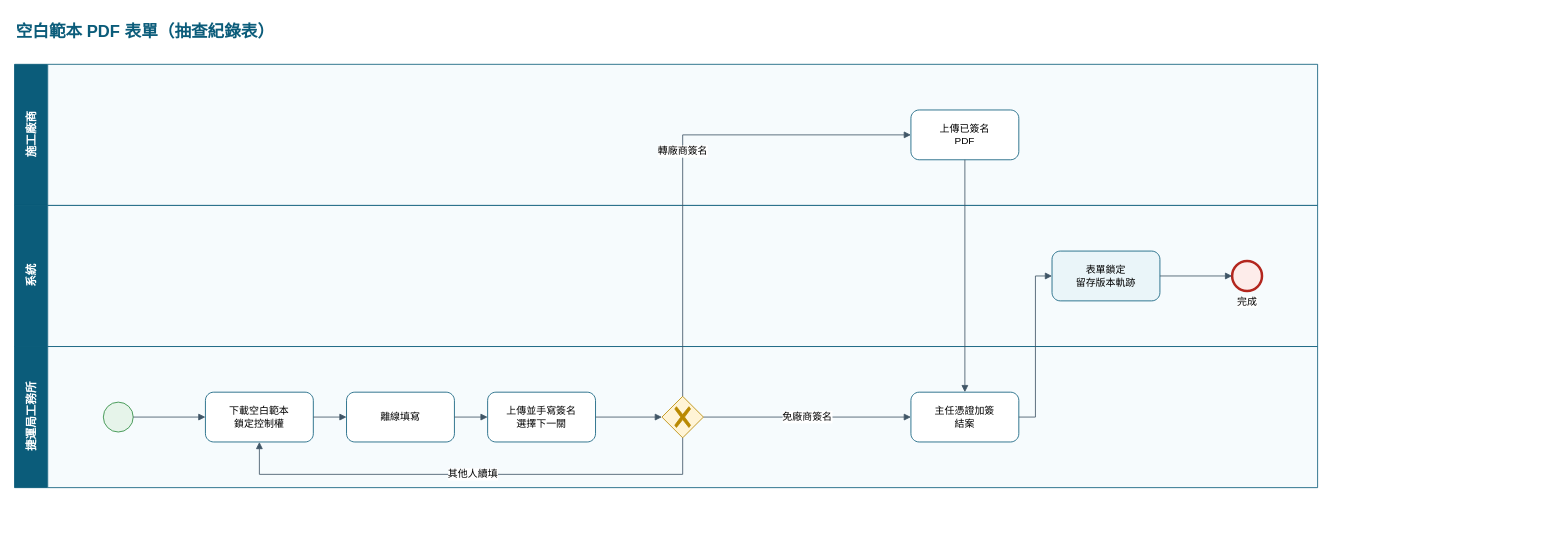
brianchou7310/MRT-Construction-QMS keeps this draw.io diagram as page "空白範本 PDF 表單（抽查紀錄表）" (7 of 8) of 捷運施工查驗系統_缺失與停留點流程_BPMN.drawio. Above is the earlier version. Source tidied: cells renumbered, new cells numbered last; positions are measured from the earlier drawing's top-left corner, leaving out a move shared by most shapes. Both pictures are drawn from the tidied source at 83%, with x=0, y=0 at pixel (14, 14).
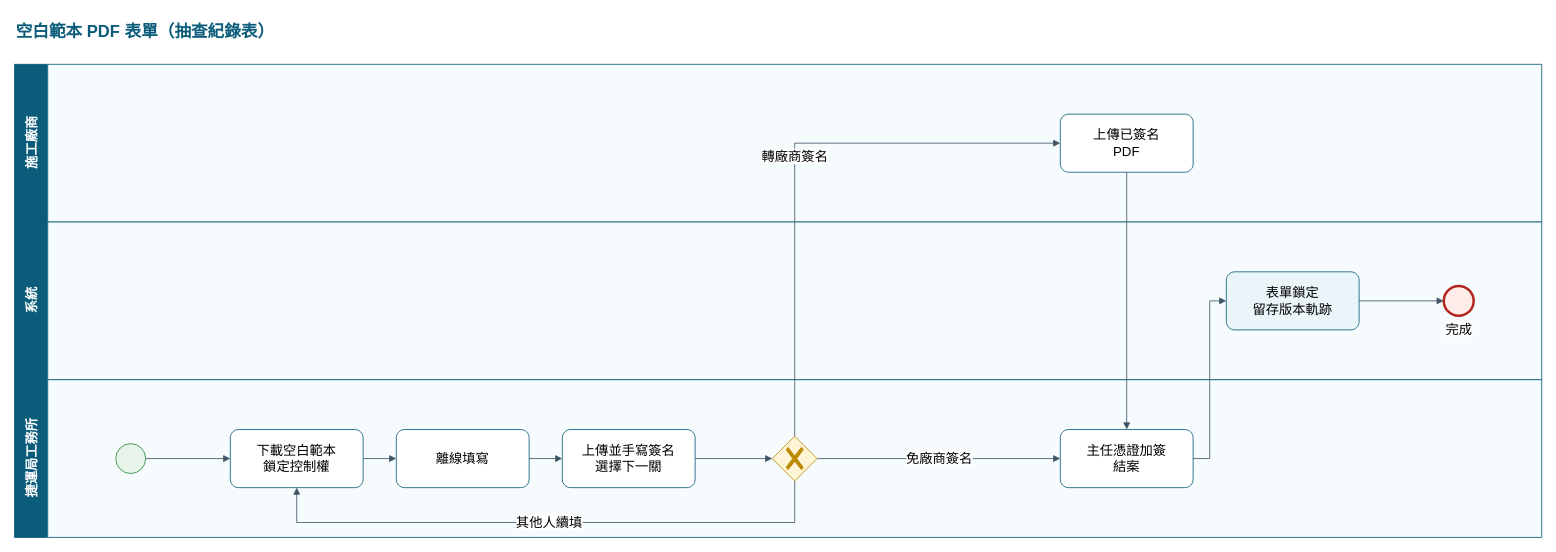
Above is the later version.

Change to the diagram source:
```diff
@@
-    <mxCell id="3" value="施工廠商" style="swimlane;html=1;startSize=40;horizontal=0;fontSize=14;fontStyle=1;fillColor=#0B5C7A;fontColor=#ffffff;strokeColor=#0B5C7A;swimlaneFillColor=#F6FBFD;" parent="1" vertex="1">
-      <mxGeometry y="60" width="1570" height="170" as="geometry" />
+    <mxCell id="3" value="施工廠商" style="swimlane;html=1;startSize=40;horizontal=0;fontSize=16;fontStyle=1;fillColor=#0B5C7A;fontColor=#ffffff;strokeColor=#0B5C7A;swimlaneFillColor=#F6FBFD;" parent="1" vertex="1">
+      <mxGeometry y="60" width="1840" height="190" as="geometry" />
     </mxCell>
-    <mxCell id="4" value="系統" style="swimlane;html=1;startSize=40;horizontal=0;fontSize=14;fontStyle=1;fillColor=#0B5C7A;fontColor=#ffffff;strokeColor=#0B5C7A;swimlaneFillColor=#F6FBFD;" parent="1" vertex="1">
-      <mxGeometry y="230" width="1570" height="170" as="geometry" />
+    <mxCell id="4" value="系統" style="swimlane;html=1;startSize=40;horizontal=0;fontSize=16;fontStyle=1;fillColor=#0B5C7A;fontColor=#ffffff;strokeColor=#0B5C7A;swimlaneFillColor=#F6FBFD;" parent="1" vertex="1">
+      <mxGeometry y="250" width="1840" height="190" as="geometry" />
     </mxCell>
-    <mxCell id="5" value="捷運局工務所" style="swimlane;html=1;startSize=40;horizontal=0;fontSize=14;fontStyle=1;fillColor=#0B5C7A;fontColor=#ffffff;strokeColor=#0B5C7A;swimlaneFillColor=#F6FBFD;" parent="1" vertex="1">
-      <mxGeometry y="400" width="1570" height="170" as="geometry" />
+    <mxCell id="5" value="捷運局工務所" style="swimlane;html=1;startSize=40;horizontal=0;fontSize=16;fontStyle=1;fillColor=#0B5C7A;fontColor=#ffffff;strokeColor=#0B5C7A;swimlaneFillColor=#F6FBFD;" parent="1" vertex="1">
+      <mxGeometry y="440" width="1840" height="190" as="geometry" />
     </mxCell>
-    <mxCell id="6" style="points=[[0.145,0.145,0],[0.5,0,0],[0.855,0.145,0],[1,0.5,0],[0.855,0.855,0],[0.5,1,0],[0.145,0.855,0],[0,0.5,0]];shape=mxgraph.bpmn.event;html=1;verticalLabelPosition=bottom;labelBackgroundColor=#ffffff;verticalAlign=top;align=center;perimeter=ellipsePerimeter;outlineConnect=0;outline=standard;symbol=general;fillColor=#E6F4EA;strokeColor=#2B8A3E;" parent="5" vertex="1">
-      <mxGeometry x="107" y="67" width="36" height="36" as="geometry" />
+    <mxCell id="6" style="points=[[0.145,0.145,0],[0.5,0,0],[0.855,0.145,0],[1,0.5,0],[0.855,0.855,0],[0.5,1,0],[0.145,0.855,0],[0,0.5,0]];shape=mxgraph.bpmn.event;html=1;verticalLabelPosition=bottom;labelBackgroundColor=#ffffff;verticalAlign=top;align=center;perimeter=ellipsePerimeter;outlineConnect=0;outline=standard;symbol=general;fillColor=#E6F4EA;strokeColor=#2B8A3E;fontSize=16;" parent="5" vertex="1">
+      <mxGeometry x="122" y="77" width="36" height="36" as="geometry" />
     </mxCell>
-    <mxCell id="7" value="下載空白範本&lt;br&gt;鎖定控制權" style="points=[[0.25,0,0],[0.5,0,0],[0.75,0,0],[1,0.25,0],[1,0.5,0],[1,0.75,0],[0.75,1,0],[0.5,1,0],[0.25,1,0],[0,0.75,0],[0,0.5,0],[0,0.25,0]];shape=mxgraph.bpmn.task;whiteSpace=wrap;rectStyle=rounded;size=10;html=1;taskMarker=abstract;fontSize=12;fillColor=#FFFFFF;strokeColor=#0B5C7A;" parent="5" vertex="1">
-      <mxGeometry x="230" y="55" width="130" height="60" as="geometry" />
+    <mxCell id="7" value="下載空白範本&lt;br&gt;鎖定控制權" style="points=[[0.25,0,0],[0.5,0,0],[0.75,0,0],[1,0.25,0],[1,0.5,0],[1,0.75,0],[0.75,1,0],[0.5,1,0],[0.25,1,0],[0,0.75,0],[0,0.5,0],[0,0.25,0]];shape=mxgraph.bpmn.task;whiteSpace=wrap;rectStyle=rounded;size=10;html=1;taskMarker=abstract;fontSize=16;fillColor=#FFFFFF;strokeColor=#0B5C7A;" parent="5" vertex="1">
+      <mxGeometry x="260" y="60" width="160" height="70" as="geometry" />
     </mxCell>
-    <mxCell id="8" value="離線填寫" style="points=[[0.25,0,0],[0.5,0,0],[0.75,0,0],[1,0.25,0],[1,0.5,0],[1,0.75,0],[0.75,1,0],[0.5,1,0],[0.25,1,0],[0,0.75,0],[0,0.5,0],[0,0.25,0]];shape=mxgraph.bpmn.task;whiteSpace=wrap;rectStyle=rounded;size=10;html=1;taskMarker=abstract;fontSize=12;fillColor=#FFFFFF;strokeColor=#0B5C7A;" parent="5" vertex="1">
-      <mxGeometry x="400" y="55" width="130" height="60" as="geometry" />
+    <mxCell id="8" value="離線填寫" style="points=[[0.25,0,0],[0.5,0,0],[0.75,0,0],[1,0.25,0],[1,0.5,0],[1,0.75,0],[0.75,1,0],[0.5,1,0],[0.25,1,0],[0,0.75,0],[0,0.5,0],[0,0.25,0]];shape=mxgraph.bpmn.task;whiteSpace=wrap;rectStyle=rounded;size=10;html=1;taskMarker=abstract;fontSize=16;fillColor=#FFFFFF;strokeColor=#0B5C7A;" parent="5" vertex="1">
+      <mxGeometry x="460" y="60" width="160" height="70" as="geometry" />
     </mxCell>
-    <mxCell id="9" value="上傳並手寫簽名&lt;br&gt;選擇下一關" style="points=[[0.25,0,0],[0.5,0,0],[0.75,0,0],[1,0.25,0],[1,0.5,0],[1,0.75,0],[0.75,1,0],[0.5,1,0],[0.25,1,0],[0,0.75,0],[0,0.5,0],[0,0.25,0]];shape=mxgraph.bpmn.task;whiteSpace=wrap;rectStyle=rounded;size=10;html=1;taskMarker=abstract;fontSize=12;fillColor=#FFFFFF;strokeColor=#0B5C7A;" parent="5" vertex="1">
-      <mxGeometry x="570" y="55" width="130" height="60" as="geometry" />
+    <mxCell id="9" value="上傳並手寫簽名&lt;br&gt;選擇下一關" style="points=[[0.25,0,0],[0.5,0,0],[0.75,0,0],[1,0.25,0],[1,0.5,0],[1,0.75,0],[0.75,1,0],[0.5,1,0],[0.25,1,0],[0,0.75,0],[0,0.5,0],[0,0.25,0]];shape=mxgraph.bpmn.task;whiteSpace=wrap;rectStyle=rounded;size=10;html=1;taskMarker=abstract;fontSize=16;fillColor=#FFFFFF;strokeColor=#0B5C7A;" parent="5" vertex="1">
+      <mxGeometry x="660" y="60" width="160" height="70" as="geometry" />
     </mxCell>
-    <mxCell id="10" style="points=[[0.25,0.25,0],[0.5,0,0],[0.75,0.25,0],[1,0.5,0],[0.75,0.75,0],[0.5,1,0],[0.25,0.75,0],[0,0.5,0]];shape=mxgraph.bpmn.gateway2;html=1;verticalLabelPosition=top;labelBackgroundColor=#ffffff;verticalAlign=bottom;align=center;perimeter=rhombusPerimeter;outlineConnect=0;outline=none;symbol=none;gwType=exclusive;fillColor=#FFF4D6;strokeColor=#B98900;fontSize=12;" parent="5" vertex="1">
-      <mxGeometry x="780" y="60" width="50" height="50" as="geometry" />
+    <mxCell id="10" style="points=[[0.25,0.25,0],[0.5,0,0],[0.75,0.25,0],[1,0.5,0],[0.75,0.75,0],[0.5,1,0],[0.25,0.75,0],[0,0.5,0]];shape=mxgraph.bpmn.gateway2;html=1;verticalLabelPosition=top;labelBackgroundColor=#ffffff;verticalAlign=bottom;align=center;perimeter=rhombusPerimeter;outlineConnect=0;outline=none;symbol=none;gwType=exclusive;fillColor=#FFF4D6;strokeColor=#B98900;fontSize=16;" parent="5" vertex="1">
+      <mxGeometry x="913" y="68" width="54" height="54" as="geometry" />
     </mxCell>
-    <mxCell id="11" value="上傳已簽名&lt;br&gt;PDF" style="points=[[0.25,0,0],[0.5,0,0],[0.75,0,0],[1,0.25,0],[1,0.5,0],[1,0.75,0],[0.75,1,0],[0.5,1,0],[0.25,1,0],[0,0.75,0],[0,0.5,0],[0,0.25,0]];shape=mxgraph.bpmn.task;whiteSpace=wrap;rectStyle=rounded;size=10;html=1;taskMarker=abstract;fontSize=12;fillColor=#FFFFFF;strokeColor=#0B5C7A;" parent="3" vertex="1">
-      <mxGeometry x="1080" y="55" width="130" height="60" as="geometry" />
+    <mxCell id="11" value="上傳已簽名&lt;br&gt;PDF" style="points=[[0.25,0,0],[0.5,0,0],[0.75,0,0],[1,0.25,0],[1,0.5,0],[1,0.75,0],[0.75,1,0],[0.5,1,0],[0.25,1,0],[0,0.75,0],[0,0.5,0],[0,0.25,0]];shape=mxgraph.bpmn.task;whiteSpace=wrap;rectStyle=rounded;size=10;html=1;taskMarker=abstract;fontSize=16;fillColor=#FFFFFF;strokeColor=#0B5C7A;" parent="3" vertex="1">
+      <mxGeometry x="1260" y="60" width="160" height="70" as="geometry" />
     </mxCell>
-    <mxCell id="12" value="主任憑證加簽&lt;br&gt;結案" style="points=[[0.25,0,0],[0.5,0,0],[0.75,0,0],[1,0.25,0],[1,0.5,0],[1,0.75,0],[0.75,1,0],[0.5,1,0],[0.25,1,0],[0,0.75,0],[0,0.5,0],[0,0.25,0]];shape=mxgraph.bpmn.task;whiteSpace=wrap;rectStyle=rounded;size=10;html=1;taskMarker=abstract;fontSize=12;fillColor=#FFFFFF;strokeColor=#0B5C7A;" parent="5" vertex="1">
-      <mxGeometry x="1080" y="55" width="130" height="60" as="geometry" />
+    <mxCell id="12" value="主任憑證加簽&lt;br&gt;結案" style="points=[[0.25,0,0],[0.5,0,0],[0.75,0,0],[1,0.25,0],[1,0.5,0],[1,0.75,0],[0.75,1,0],[0.5,1,0],[0.25,1,0],[0,0.75,0],[0,0.5,0],[0,0.25,0]];shape=mxgraph.bpmn.task;whiteSpace=wrap;rectStyle=rounded;size=10;html=1;taskMarker=abstract;fontSize=16;fillColor=#FFFFFF;strokeColor=#0B5C7A;" parent="5" vertex="1">
+      <mxGeometry x="1260" y="60" width="160" height="70" as="geometry" />
     </mxCell>
-    <mxCell id="13" value="表單鎖定&lt;br&gt;留存版本軌跡" style="points=[[0.25,0,0],[0.5,0,0],[0.75,0,0],[1,0.25,0],[1,0.5,0],[1,0.75,0],[0.75,1,0],[0.5,1,0],[0.25,1,0],[0,0.75,0],[0,0.5,0],[0,0.25,0]];shape=mxgraph.bpmn.task;whiteSpace=wrap;rectStyle=rounded;size=10;html=1;taskMarker=abstract;fontSize=12;fillColor=#EAF5F9;strokeColor=#0B5C7A;" parent="4" vertex="1">
-      <mxGeometry x="1250" y="55" width="130" height="60" as="geometry" />
+    <mxCell id="13" value="表單鎖定&lt;br&gt;留存版本軌跡" style="points=[[0.25,0,0],[0.5,0,0],[0.75,0,0],[1,0.25,0],[1,0.5,0],[1,0.75,0],[0.75,1,0],[0.5,1,0],[0.25,1,0],[0,0.75,0],[0,0.5,0],[0,0.25,0]];shape=mxgraph.bpmn.task;whiteSpace=wrap;rectStyle=rounded;size=10;html=1;taskMarker=abstract;fontSize=16;fillColor=#EAF5F9;strokeColor=#0B5C7A;" parent="4" vertex="1">
+      <mxGeometry x="1460" y="60" width="160" height="70" as="geometry" />
     </mxCell>
-    <mxCell id="14" value="完成" style="points=[[0.145,0.145,0],[0.5,0,0],[0.855,0.145,0],[1,0.5,0],[0.855,0.855,0],[0.5,1,0],[0.145,0.855,0],[0,0.5,0]];shape=mxgraph.bpmn.event;html=1;verticalLabelPosition=bottom;labelBackgroundColor=#ffffff;verticalAlign=top;align=center;perimeter=ellipsePerimeter;outlineConnect=0;outline=end;symbol=terminate2;fillColor=#FDECEA;strokeColor=#B3261E;fontSize=12;" parent="4" vertex="1">
-      <mxGeometry x="1467" y="67" width="36" height="36" as="geometry" />
+    <mxCell id="14" value="完成" style="points=[[0.145,0.145,0],[0.5,0,0],[0.855,0.145,0],[1,0.5,0],[0.855,0.855,0],[0.5,1,0],[0.145,0.855,0],[0,0.5,0]];shape=mxgraph.bpmn.event;html=1;verticalLabelPosition=bottom;labelBackgroundColor=#ffffff;verticalAlign=top;align=center;perimeter=ellipsePerimeter;outlineConnect=0;outline=end;symbol=terminate2;fillColor=#FDECEA;strokeColor=#B3261E;fontSize=16;" parent="4" vertex="1">
+      <mxGeometry x="1722" y="77" width="36" height="36" as="geometry" />
     </mxCell>
-    <mxCell id="15" style="edgeStyle=orthogonalEdgeStyle;rounded=0;html=1;endArrow=block;endFill=1;strokeColor=#3F5566;fontSize=12;labelBackgroundColor=#ffffff;exitX=1;exitY=0.5;exitDx=0;exitDy=0;entryX=0;entryY=0.5;entryDx=0;entryDy=0;" parent="1" edge="1" source="6" target="7">
+    <mxCell id="15" style="edgeStyle=orthogonalEdgeStyle;rounded=0;html=1;endArrow=block;endFill=1;strokeColor=#3F5566;fontSize=16;labelBackgroundColor=#ffffff;exitX=1;exitY=0.5;exitDx=0;exitDy=0;entryX=0;entryY=0.5;entryDx=0;entryDy=0;" parent="1" edge="1" source="6" target="7">
       <mxGeometry relative="1" as="geometry" />
     </mxCell>
-    <mxCell id="16" style="edgeStyle=orthogonalEdgeStyle;rounded=0;html=1;endArrow=block;endFill=1;strokeColor=#3F5566;fontSize=12;labelBackgroundColor=#ffffff;exitX=1;exitY=0.5;exitDx=0;exitDy=0;entryX=0;entryY=0.5;entryDx=0;entryDy=0;" parent="1" edge="1" source="7" target="8">
+    <mxCell id="16" style="edgeStyle=orthogonalEdgeStyle;rounded=0;html=1;endArrow=block;endFill=1;strokeColor=#3F5566;fontSize=16;labelBackgroundColor=#ffffff;exitX=1;exitY=0.5;exitDx=0;exitDy=0;entryX=0;entryY=0.5;entryDx=0;entryDy=0;" parent="1" edge="1" source="7" target="8">
       <mxGeometry relative="1" as="geometry" />
     </mxCell>
-    <mxCell id="17" style="edgeStyle=orthogonalEdgeStyle;rounded=0;html=1;endArrow=block;endFill=1;strokeColor=#3F5566;fontSize=12;labelBackgroundColor=#ffffff;exitX=1;exitY=0.5;exitDx=0;exitDy=0;entryX=0;entryY=0.5;entryDx=0;entryDy=0;" parent="1" edge="1" source="8" target="9">
+    <mxCell id="17" style="edgeStyle=orthogonalEdgeStyle;rounded=0;html=1;endArrow=block;endFill=1;strokeColor=#3F5566;fontSize=16;labelBackgroundColor=#ffffff;exitX=1;exitY=0.5;exitDx=0;exitDy=0;entryX=0;entryY=0.5;entryDx=0;entryDy=0;" parent="1" edge="1" source="8" target="9">
       <mxGeometry relative="1" as="geometry" />
     </mxCell>
-    <mxCell id="18" style="edgeStyle=orthogonalEdgeStyle;rounded=0;html=1;endArrow=block;endFill=1;strokeColor=#3F5566;fontSize=12;labelBackgroundColor=#ffffff;exitX=1;exitY=0.5;exitDx=0;exitDy=0;entryX=0;entryY=0.5;entryDx=0;entryDy=0;" parent="1" edge="1" source="9" target="10">
+    <mxCell id="18" style="edgeStyle=orthogonalEdgeStyle;rounded=0;html=1;endArrow=block;endFill=1;strokeColor=#3F5566;fontSize=16;labelBackgroundColor=#ffffff;exitX=1;exitY=0.5;exitDx=0;exitDy=0;entryX=0;entryY=0.5;entryDx=0;entryDy=0;" parent="1" edge="1" source="9" target="10">
       <mxGeometry relative="1" as="geometry" />
     </mxCell>
-    <mxCell id="19" value="轉廠商簽名" style="edgeStyle=orthogonalEdgeStyle;rounded=0;html=1;endArrow=block;endFill=1;strokeColor=#3F5566;fontSize=12;labelBackgroundColor=#ffffff;exitX=0.5;exitY=0;exitDx=0;exitDy=0;entryX=0;entryY=0.5;entryDx=0;entryDy=0;" parent="1" edge="1" source="10" target="11">
+    <mxCell id="19" value="轉廠商簽名" style="edgeStyle=orthogonalEdgeStyle;rounded=0;html=1;endArrow=block;endFill=1;strokeColor=#3F5566;fontSize=16;labelBackgroundColor=#ffffff;exitX=0.5;exitY=0;exitDx=0;exitDy=0;entryX=0;entryY=0.5;entryDx=0;entryDy=0;" parent="1" edge="1" source="10" target="11">
       <mxGeometry relative="1" as="geometry">
         <Array as="points">
-          <mxPoint x="805" y="145" />
+          <mxPoint x="940" y="155" />
         </Array>
       </mxGeometry>
     </mxCell>
-    <mxCell id="20" value="免廠商簽名" style="edgeStyle=orthogonalEdgeStyle;rounded=0;html=1;endArrow=block;endFill=1;strokeColor=#3F5566;fontSize=12;labelBackgroundColor=#ffffff;exitX=1;exitY=0.5;exitDx=0;exitDy=0;entryX=0;entryY=0.5;entryDx=0;entryDy=0;" parent="1" edge="1" source="10" target="12">
+    <mxCell id="20" value="免廠商簽名" style="edgeStyle=orthogonalEdgeStyle;rounded=0;html=1;endArrow=block;endFill=1;strokeColor=#3F5566;fontSize=16;labelBackgroundColor=#ffffff;exitX=1;exitY=0.5;exitDx=0;exitDy=0;entryX=0;entryY=0.5;entryDx=0;entryDy=0;" parent="1" edge="1" source="10" target="12">
       <mxGeometry relative="1" as="geometry" />
     </mxCell>
-    <mxCell id="21" value="其他人續填" style="edgeStyle=orthogonalEdgeStyle;rounded=0;html=1;endArrow=block;endFill=1;strokeColor=#3F5566;fontSize=12;labelBackgroundColor=#ffffff;exitX=0.5;exitY=1;exitDx=0;exitDy=0;entryX=0.5;entryY=1;entryDx=0;entryDy=0;" parent="1" edge="1" source="10" target="7">
+    <mxCell id="21" value="其他人續填" style="edgeStyle=orthogonalEdgeStyle;rounded=0;html=1;endArrow=block;endFill=1;strokeColor=#3F5566;fontSize=16;labelBackgroundColor=#ffffff;exitX=0.5;exitY=1;exitDx=0;exitDy=0;entryX=0.5;entryY=1;entryDx=0;entryDy=0;" parent="1" edge="1" source="10" target="7">
       <mxGeometry relative="1" as="geometry">
         <Array as="points">
-          <mxPoint x="805" y="554" />
-          <mxPoint x="295" y="554" />
+          <mxPoint x="940" y="612" />
+          <mxPoint x="340" y="612" />
         </Array>
       </mxGeometry>
     </mxCell>
-    <mxCell id="22" style="edgeStyle=orthogonalEdgeStyle;rounded=0;html=1;endArrow=block;endFill=1;strokeColor=#3F5566;fontSize=12;labelBackgroundColor=#ffffff;exitX=0.5;exitY=1;exitDx=0;exitDy=0;entryX=0.5;entryY=0;entryDx=0;entryDy=0;" parent="1" edge="1" source="11" target="12">
+    <mxCell id="22" style="edgeStyle=orthogonalEdgeStyle;rounded=0;html=1;endArrow=block;endFill=1;strokeColor=#3F5566;fontSize=16;labelBackgroundColor=#ffffff;exitX=0.5;exitY=1;exitDx=0;exitDy=0;entryX=0.5;entryY=0;entryDx=0;entryDy=0;" parent="1" edge="1" source="11" target="12">
       <mxGeometry relative="1" as="geometry" />
     </mxCell>
-    <mxCell id="23" style="edgeStyle=orthogonalEdgeStyle;rounded=0;html=1;endArrow=block;endFill=1;strokeColor=#3F5566;fontSize=12;labelBackgroundColor=#ffffff;exitX=1;exitY=0.5;exitDx=0;exitDy=0;entryX=0;entryY=0.5;entryDx=0;entryDy=0;" parent="1" edge="1" source="12" target="13">
+    <mxCell id="23" style="edgeStyle=orthogonalEdgeStyle;rounded=0;html=1;endArrow=block;endFill=1;strokeColor=#3F5566;fontSize=16;labelBackgroundColor=#ffffff;exitX=1;exitY=0.5;exitDx=0;exitDy=0;entryX=0;entryY=0.5;entryDx=0;entryDy=0;" parent="1" edge="1" source="12" target="13">
       <mxGeometry relative="1" as="geometry">
         <Array as="points">
-          <mxPoint x="1230" y="485" />
-          <mxPoint x="1230" y="315" />
+          <mxPoint x="1440" y="535" />
+          <mxPoint x="1440" y="345" />
         </Array>
       </mxGeometry>
     </mxCell>
-    <mxCell id="24" style="edgeStyle=orthogonalEdgeStyle;rounded=0;html=1;endArrow=block;endFill=1;strokeColor=#3F5566;fontSize=12;labelBackgroundColor=#ffffff;exitX=1;exitY=0.5;exitDx=0;exitDy=0;entryX=0;entryY=0.5;entryDx=0;entryDy=0;" parent="1" edge="1" source="13" target="14">
+    <mxCell id="24" style="edgeStyle=orthogonalEdgeStyle;rounded=0;html=1;endArrow=block;endFill=1;strokeColor=#3F5566;fontSize=16;labelBackgroundColor=#ffffff;exitX=1;exitY=0.5;exitDx=0;exitDy=0;entryX=0;entryY=0.5;entryDx=0;entryDy=0;" parent="1" edge="1" source="13" target="14">
       <mxGeometry relative="1" as="geometry" />
     </mxCell>
```
